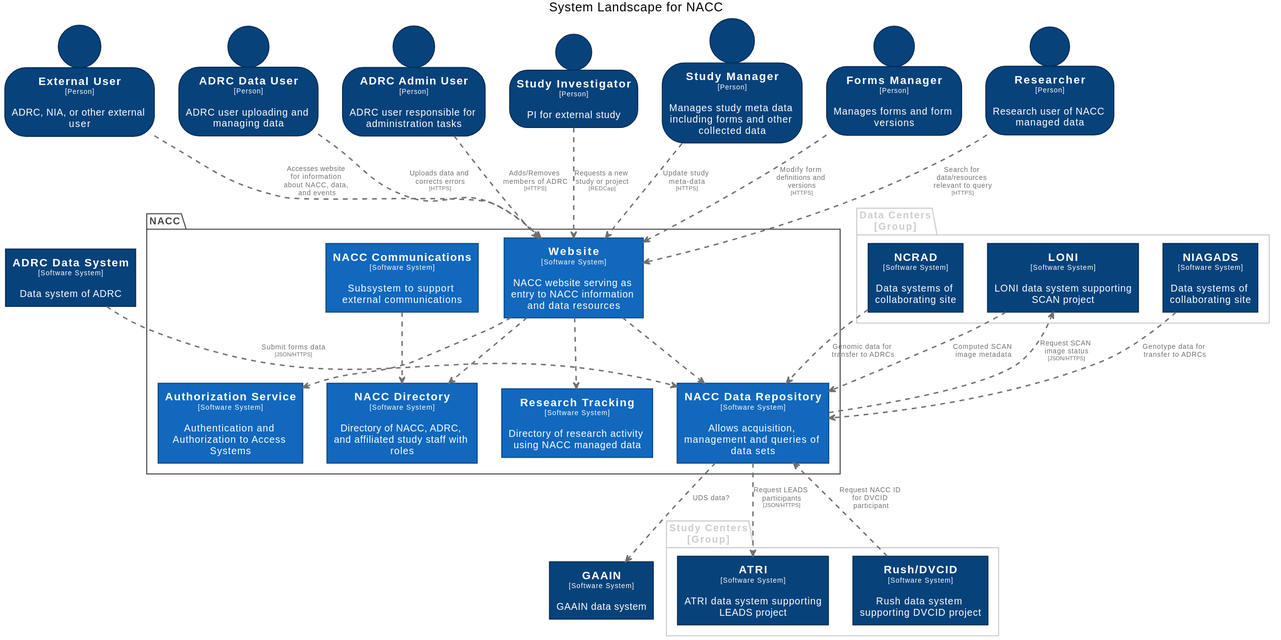
Before: docs/images/structurizr-SystemLandscape.svg, a diagram exported from PlantUML (naccdata/system-design).
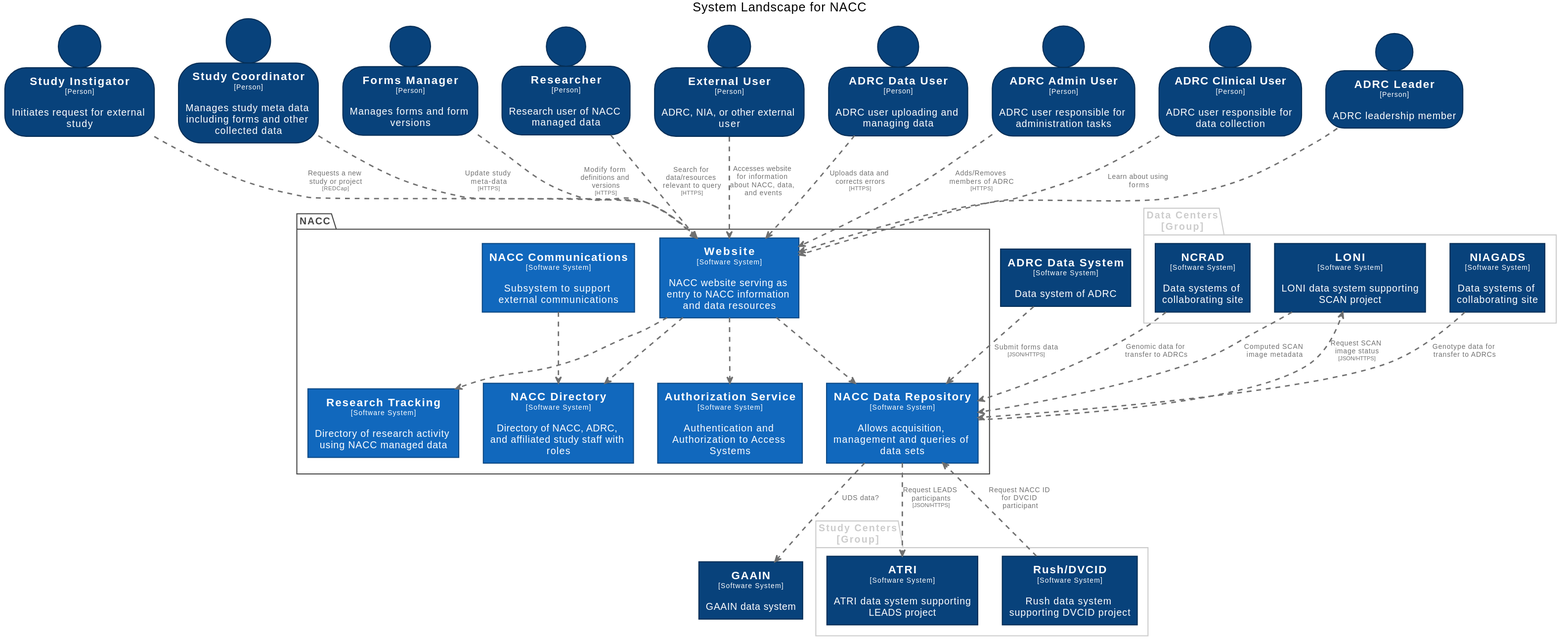
After the change.

What changed in the source:
```diff
@@ -18,12 +18,22 @@
   FontColor #ffffff
   BorderColor #052e56
 }
+skinparam person<<ADRCClinicalUser>> {
+  BackgroundColor #08427b
+  FontColor #ffffff
+  BorderColor #052e56
+}
 skinparam rectangle<<ADRCDataSystem>> {
   BackgroundColor #08427b
   FontColor #ffffff
   BorderColor #052e56
 }
 skinparam person<<ADRCDataUser>> {
+  BackgroundColor #08427b
+  FontColor #ffffff
+  BorderColor #052e56
+}
+skinparam person<<ADRCLeader>> {
   BackgroundColor #08427b
   FontColor #ffffff
   BorderColor #052e56
@@ -98,12 +108,12 @@
   FontColor #ffffff
   BorderColor #052e56
 }
-skinparam person<<StudyInvestigator>> {
+skinparam person<<StudyCoordinator>> {
   BackgroundColor #08427b
   FontColor #ffffff
   BorderColor #052e56
 }
-skinparam person<<StudyManager>> {
+skinparam person<<StudyInstigator>> {
   BackgroundColor #08427b
   FontColor #ffffff
   BorderColor #052e56
@@ -143,16 +153,23 @@
   rectangle "==Rush/DVCID\n<size:10>[Software System]</size>\n\nRush data system supporting DVCID project" <<RushDVCID>> as RushDVCID
 }
 
+person "==Study Instigator\n<size:10>[Person]</size>\n\nInitiates request for external study" <<StudyInstigator>> as StudyInstigator
+person "==Study Coordinator\n<size:10>[Person]</size>\n\nManages study meta data including forms and other collected data" <<StudyCoordinator>> as StudyCoordinator
+person "==Forms Manager\n<size:10>[Person]</size>\n\nManages forms and form versions" <<FormsManager>> as FormsManager
+person "==Researcher\n<size:10>[Person]</size>\n\nResearch user of NACC managed data" <<Researcher>> as Researcher
 rectangle "==ADRC Data System\n<size:10>[Software System]</size>\n\nData system of ADRC" <<ADRCDataSystem>> as ADRCDataSystem
 rectangle "==GAAIN\n<size:10>[Software System]</size>\n\nGAAIN data system" <<GAAIN>> as GAAIN
 person "==External User\n<size:10>[Person]</size>\n\nADRC, NIA, or other external user" <<ExternalUser>> as ExternalUser
 person "==ADRC Data User\n<size:10>[Person]</size>\n\nADRC user uploading and managing data" <<ADRCDataUser>> as ADRCDataUser
 person "==ADRC Admin User\n<size:10>[Person]</size>\n\nADRC user responsible for administration tasks" <<ADRCAdminUser>> as ADRCAdminUser
-person "==Study Investigator\n<size:10>[Person]</size>\n\nPI for external study" <<StudyInvestigator>> as StudyInvestigator
-person "==Study Manager\n<size:10>[Person]</size>\n\nManages study meta data including forms and other collected data" <<StudyManager>> as StudyManager
-person "==Forms Manager\n<size:10>[Person]</size>\n\nManages forms and form versions" <<FormsManager>> as FormsManager
-person "==Researcher\n<size:10>[Person]</size>\n\nResearch user of NACC managed data" <<Researcher>> as Researcher
+person "==ADRC Clinical User\n<size:10>[Person]</size>\n\nADRC user responsible for data collection" <<ADRCClinicalUser>> as ADRCClinicalUser
+person "==ADRC Leader\n<size:10>[Person]</size>\n\nADRC leadership member" <<ADRCLeader>> as ADRCLeader
 
+ADRCLeader .[#707070,thickness=2].> Website : "<color:#707070>"
+StudyInstigator .[#707070,thickness=2].> Website : "<color:#707070>Requests a new study or project\n<color:#707070><size:8>[REDCap]</size>"
+StudyCoordinator .[#707070,thickness=2].> Website : "<color:#707070>Update study meta-data\n<color:#707070><size:8>[HTTPS]</size>"
+FormsManager .[#707070,thickness=2].> Website : "<color:#707070>Modify form definitions and versions\n<color:#707070><size:8>[HTTPS]</size>"
+Researcher .[#707070,thickness=2].> Website : "<color:#707070>Search for data/resources relevant to query\n<color:#707070><size:8>[HTTPS]</size>"
 ADRCDataSystem .[#707070,thickness=2].> NACCDataRepository : "<color:#707070>Submit forms data\n<color:#707070><size:8>[JSON/HTTPS]</size>"
 NCRAD .[#707070,thickness=2].> NACCDataRepository : "<color:#707070>Genomic data for transfer to ADRCs"
 NIAGADS .[#707070,thickness=2].> NACCDataRepository : "<color:#707070>Genotype data for transfer to ADRCs"
@@ -169,8 +186,5 @@
 ExternalUser .[#707070,thickness=2].> Website : "<color:#707070>Accesses website for information about NACC, data, and events"
 ADRCDataUser .[#707070,thickness=2].> Website : "<color:#707070>Uploads data and corrects errors\n<color:#707070><size:8>[HTTPS]</size>"
 ADRCAdminUser .[#707070,thickness=2].> Website : "<color:#707070>Adds/Removes members of ADRC\n<color:#707070><size:8>[HTTPS]</size>"
-StudyInvestigator .[#707070,thickness=2].> Website : "<color:#707070>Requests a new study or project\n<color:#707070><size:8>[REDCap]</size>"
-StudyManager .[#707070,thickness=2].> Website : "<color:#707070>Update study meta-data\n<color:#707070><size:8>[HTTPS]</size>"
-FormsManager .[#707070,thickness=2].> Website : "<color:#707070>Modify form definitions and versions\n<color:#707070><size:8>[HTTPS]</size>"
-Researcher .[#707070,thickness=2].> Website : "<color:#707070>Search for data/resources relevant to query\n<color:#707070><size:8>[HTTPS]</size>"
+ADRCClinicalUser .[#707070,thickness=2].> Website : "<color:#707070>Learn about using forms"
 @enduml
```
